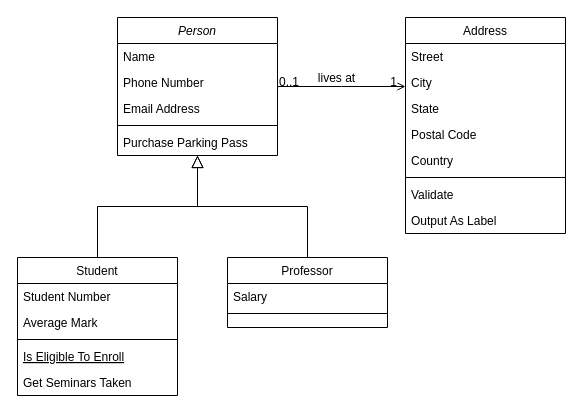
Zif1519/PersonalProject2 keeps this draw.io diagram as 제목 없는 다이어그램.drawio. Above is the earlier version. Source tidied: cells renumbered, new cells numbered last; positions are measured from the earlier drawing's top-left corner, leaving out a move shared by most shapes. Both pictures are drawn from the tidied source at 100%, with x=0, y=0 at pixel (17, 17).
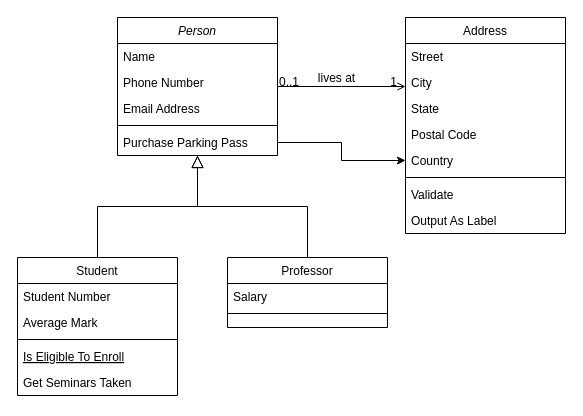
After the change.

Commit message:
제목 없는 다이어그램.drawio 업데이트

The change refers to these unchanged cells:
```xml
<mxCell id="7" value="Purchase Parking Pass" style="text;align=left;verticalAlign=top;spacingLeft=4;spacingRight=4;overflow=hidden;points=[[0,0.5],[1,0.5]];portConstraint=eastwest;" parent="2" vertex="1">
  <mxGeometry y="112" width="160" height="26" as="geometry" />
</mxCell>
<mxCell id="24" value="Country" style="text;align=left;verticalAlign=top;spacingLeft=4;spacingRight=4;overflow=hidden;points=[[0,0.5],[1,0.5]];portConstraint=eastwest;rounded=0;shadow=0;html=0;" parent="19" vertex="1">
  <mxGeometry y="130" width="160" height="26" as="geometry" />
</mxCell>
```

What changed in the source:
```diff
@@
+    <mxCell id="32" style="edgeStyle=orthogonalEdgeStyle;rounded=0;jettySize=auto;html=1;exitX=1;exitY=0.5;exitDx=0;exitDy=0;" parent="1" edge="1" source="7" target="24">
+      <mxGeometry relative="1" as="geometry" />
+    </mxCell>
```
